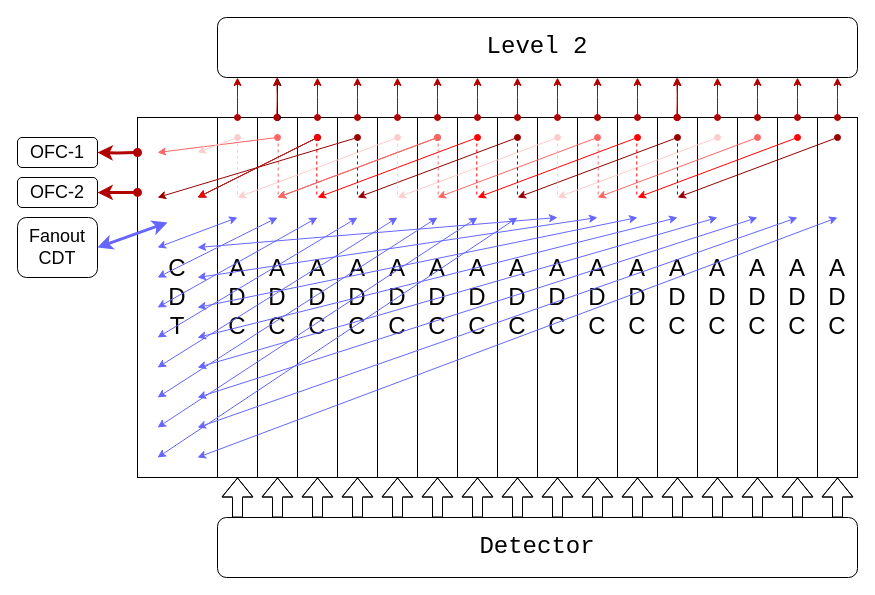
The draw.io diagram Local_Crate_Diagram.drawio in bai-ytluo/Chicago_Electronics, before the edit. Source tidied: cells renumbered, new cells numbered last; positions are measured from the earlier drawing's top-left corner, leaving out a move shared by most shapes. Both pictures are drawn from the tidied source at 100%, with x=0, y=0 at pixel (17, 17).
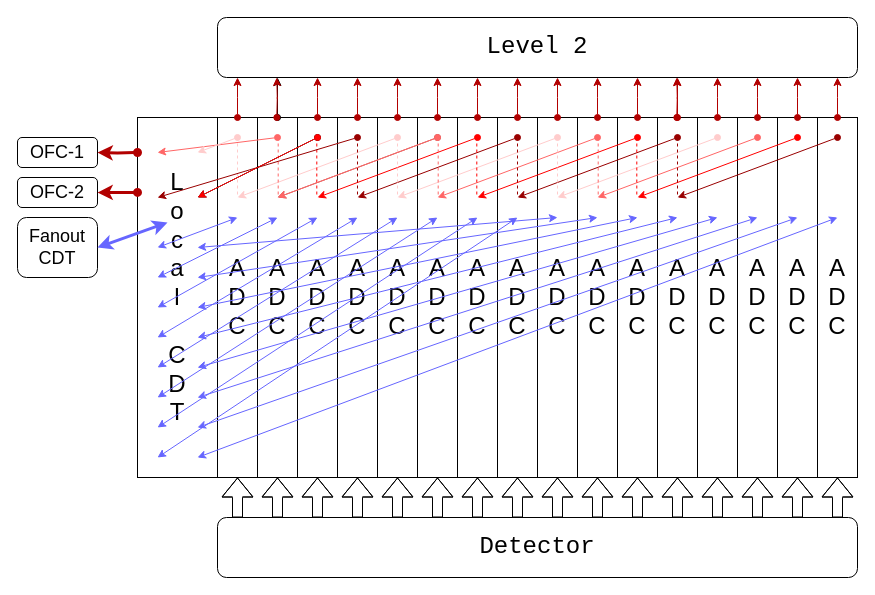
The same diagram, later.

Diff of the diagram source:
```diff
@@
-    <mxCell id="2" value="&lt;span style=&quot;font-size: 24px&quot;&gt;C&lt;/span&gt;&lt;br style=&quot;font-size: 24px&quot;&gt;&lt;span style=&quot;font-size: 24px&quot;&gt;D&lt;/span&gt;&lt;br style=&quot;font-size: 24px&quot;&gt;&lt;span style=&quot;font-size: 24px&quot;&gt;T&lt;/span&gt;" style="rounded=0;whiteSpace=wrap;html=1;" parent="1" vertex="1">
+    <mxCell id="2" value="&lt;span style=&quot;font-size: 24px&quot;&gt;L&lt;br&gt;o&lt;br&gt;c&lt;br&gt;a&lt;br&gt;l&lt;br&gt;&lt;br&gt;C&lt;/span&gt;&lt;br style=&quot;font-size: 24px&quot;&gt;&lt;span style=&quot;font-size: 24px&quot;&gt;D&lt;/span&gt;&lt;br style=&quot;font-size: 24px&quot;&gt;&lt;span style=&quot;font-size: 24px&quot;&gt;T&lt;/span&gt;" style="rounded=0;whiteSpace=wrap;html=1;" parent="1" vertex="1">
       <mxGeometry x="120" y="100" width="80" height="360" as="geometry" />
     </mxCell>
```
